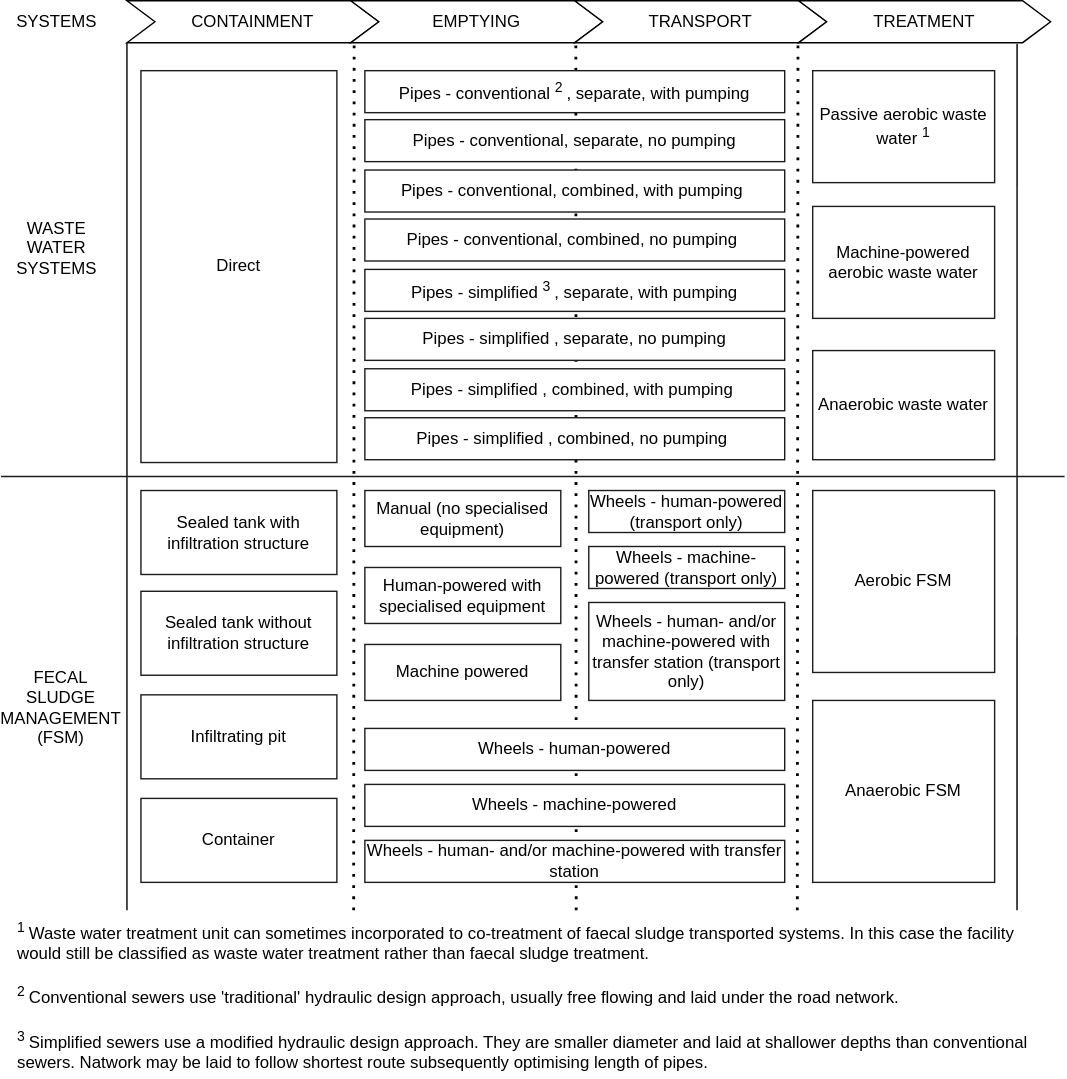
JinIgarashi/cactus-narok-figures keeps this draw.io diagram as FigureS-1 cactus-components.drawio.svg. Above is the earlier version. Source tidied: cells renumbered, new cells last; positions are measured from the earlier drawing's top-left corner, leaving out a move shared by most shapes.
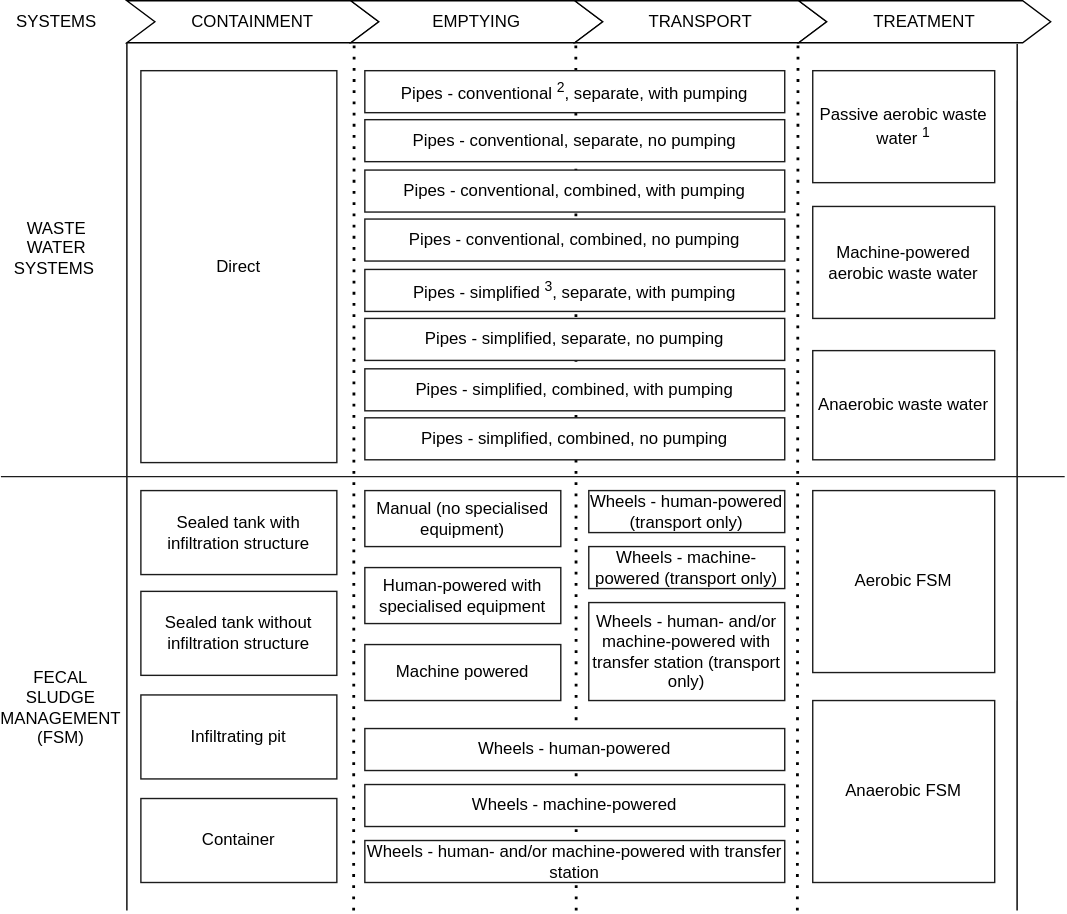
Above is the later version.

What changed in the source:
```diff
@@ -136,8 +136,5 @@
     <mxCell id="41" value="&lt;font color=&quot;#000000&quot;&gt;Anaerobic FSM&lt;/font&gt;" style="rounded=0;whiteSpace=wrap;html=1;fillColor=#FFFFFF;strokeColor=#1c1c1c;" parent="1" vertex="1">
       <mxGeometry x="580" y="500" width="130" height="130" as="geometry" />
     </mxCell>
-    <mxCell id="42" value="&lt;font color=&quot;#000000&quot;&gt;&lt;sup&gt;1&lt;/sup&gt; Waste water treatment unit can sometimes incorporated to co-treatment of faecal sludge transported systems. In this case the facility would still be classified as waste water treatment rather than faecal sludge treatment.&lt;br&gt;&lt;br&gt;&lt;sup&gt;2&lt;/sup&gt; Conventional sewers use 'traditional' hydraulic design approach, usually free flowing and laid under the road network.&lt;br&gt;&lt;br&gt;&lt;sup&gt;3&lt;/sup&gt; Simplified sewers use a modified hydraulic design approach. They are smaller diameter and laid at shallower depths than conventional sewers. Natwork may be laid to follow shortest route subsequently optimising length of pipes.&lt;br&gt;&lt;/font&gt;" style="text;html=1;strokeColor=none;fillColor=none;align=left;verticalAlign=top;whiteSpace=wrap;rounded=0;" parent="1" vertex="1">
-      <mxGeometry x="10" y="650" width="740" height="120" as="geometry" />
-    </mxCell>
   </root>
 </mxGraphModel>
```
